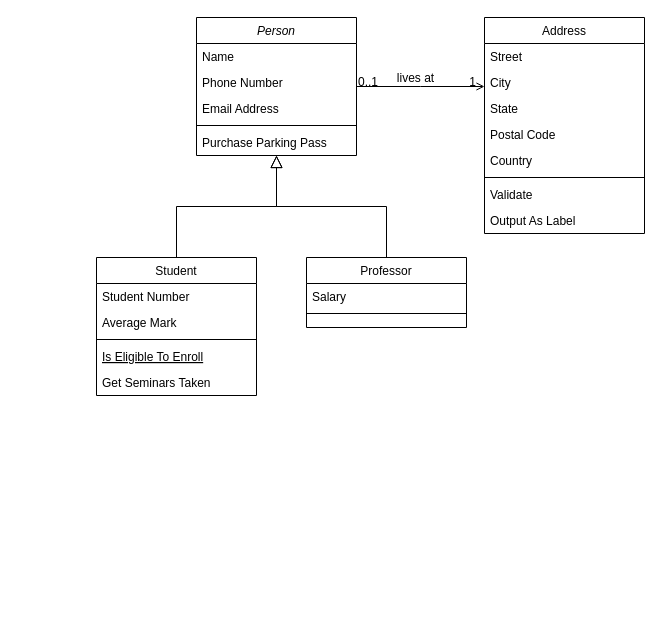
Earlier version of the draw.io diagram system_rezervation/Diagramă fără titlu.drawio (mg-voisa/java-basic). Source tidied: cells renumbered, new cells numbered last; positions are measured from the earlier drawing's top-left corner, leaving out a move shared by most shapes. Both pictures are drawn from the tidied source at 100%, with x=0, y=0 at pixel (96, 17).
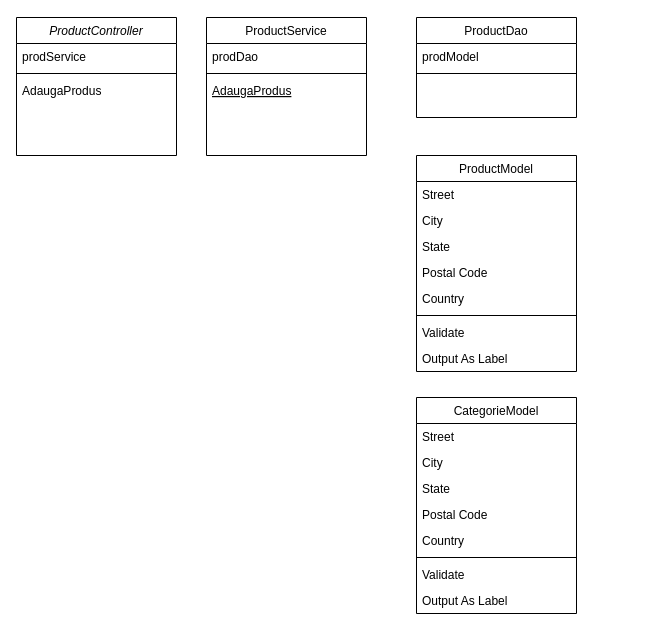
After the change.

Change to the diagram source:
```diff
@@
-    <mxCell id="2" value="Person" style="swimlane;fontStyle=2;align=center;verticalAlign=top;horizontal=1;startSize=26;rounded=0;shadow=0;strokeWidth=1;" parent="1" vertex="1">
-      <mxGeometry x="100" width="160" height="138" as="geometry" />
+    <mxCell id="2" value="ProductController" style="swimlane;fontStyle=2;align=center;verticalAlign=top;horizontal=1;startSize=26;rounded=0;shadow=0;strokeWidth=1;" parent="1" vertex="1">
+      <mxGeometry x="-80" width="160" height="138" as="geometry" />
     </mxCell>
-    <mxCell id="3" value="Name" style="text;align=left;verticalAlign=top;spacingLeft=4;spacingRight=4;overflow=hidden;" parent="2" vertex="1">
+    <mxCell id="3" value="prodService" style="text;align=left;verticalAlign=top;spacingLeft=4;spacingRight=4;overflow=hidden;" parent="2" vertex="1">
       <mxGeometry y="26" width="160" height="26" as="geometry" />
     </mxCell>
-    <mxCell id="4" value="Phone Number" style="text;align=left;verticalAlign=top;spacingLeft=4;spacingRight=4;overflow=hidden;rounded=0;shadow=0;html=0;" parent="2" vertex="1">
-      <mxGeometry y="52" width="160" height="26" as="geometry" />
-    </mxCell>
-    <mxCell id="5" value="Email Address" style="text;align=left;verticalAlign=top;spacingLeft=4;spacingRight=4;overflow=hidden;rounded=0;shadow=0;html=0;" parent="2" vertex="1">
-      <mxGeometry y="78" width="160" height="26" as="geometry" />
-    </mxCell>
     <mxCell id="6" style="line;html=1;strokeWidth=1;align=left;verticalAlign=middle;spacingTop=-1;spacingLeft=3;spacingRight=3;labelPosition=right;" parent="2" vertex="1">
-      <mxGeometry y="104" width="160" height="8" as="geometry" />
+      <mxGeometry y="52" width="160" height="8" as="geometry" />
     </mxCell>
-    <mxCell id="7" value="Purchase Parking Pass" style="text;align=left;verticalAlign=top;spacingLeft=4;spacingRight=4;overflow=hidden;" parent="2" vertex="1">
-      <mxGeometry y="112" width="160" height="26" as="geometry" />
+    <mxCell id="7" value="AdaugaProdus" style="text;align=left;verticalAlign=top;spacingLeft=4;spacingRight=4;overflow=hidden;" parent="2" vertex="1">
+      <mxGeometry y="60" width="160" height="26" as="geometry" />
     </mxCell>
-    <mxCell id="8" value="Student" style="swimlane;fontStyle=0;align=center;verticalAlign=top;horizontal=1;startSize=26;rounded=0;shadow=0;strokeWidth=1;" parent="1" vertex="1">
-      <mxGeometry y="240" width="160" height="138" as="geometry" />
+    <mxCell id="8" value="ProductService" style="swimlane;fontStyle=0;align=center;verticalAlign=top;horizontal=1;startSize=26;rounded=0;shadow=0;strokeWidth=1;" parent="1" vertex="1">
+      <mxGeometry x="110" width="160" height="138" as="geometry" />
     </mxCell>
-    <mxCell id="9" value="Student Number" style="text;align=left;verticalAlign=top;spacingLeft=4;spacingRight=4;overflow=hidden;" parent="8" vertex="1">
+    <mxCell id="9" value="prodDao" style="text;align=left;verticalAlign=top;spacingLeft=4;spacingRight=4;overflow=hidden;" parent="8" vertex="1">
       <mxGeometry y="26" width="160" height="26" as="geometry" />
     </mxCell>
-    <mxCell id="10" value="Average Mark" style="text;align=left;verticalAlign=top;spacingLeft=4;spacingRight=4;overflow=hidden;rounded=0;shadow=0;html=0;" parent="8" vertex="1">
-      <mxGeometry y="52" width="160" height="26" as="geometry" />
-    </mxCell>
     <mxCell id="11" style="line;html=1;strokeWidth=1;align=left;verticalAlign=middle;spacingTop=-1;spacingLeft=3;spacingRight=3;labelPosition=right;" parent="8" vertex="1">
-      <mxGeometry y="78" width="160" height="8" as="geometry" />
+      <mxGeometry y="52" width="160" height="8" as="geometry" />
     </mxCell>
-    <mxCell id="12" value="Is Eligible To Enroll" style="text;align=left;verticalAlign=top;spacingLeft=4;spacingRight=4;overflow=hidden;fontStyle=4;" parent="8" vertex="1">
-      <mxGeometry y="86" width="160" height="26" as="geometry" />
+    <mxCell id="12" value="AdaugaProdus" style="text;align=left;verticalAlign=top;spacingLeft=4;spacingRight=4;overflow=hidden;fontStyle=4;" parent="8" vertex="1">
+      <mxGeometry y="60" width="160" height="26" as="geometry" />
     </mxCell>
-    <mxCell id="13" value="Get Seminars Taken" style="text;align=left;verticalAlign=top;spacingLeft=4;spacingRight=4;overflow=hidden;" parent="8" vertex="1">
-      <mxGeometry y="112" width="160" height="26" as="geometry" />
-    </mxCell>
-    <mxCell id="14" style="endArrow=block;endSize=10;endFill=0;shadow=0;strokeWidth=1;rounded=0;edgeStyle=elbowEdgeStyle;elbow=vertical;" parent="1" edge="1" source="8" target="2">
-      <mxGeometry relative="1" as="geometry" />
-    </mxCell>
-    <mxCell id="15" value="Professor" style="swimlane;fontStyle=0;align=center;verticalAlign=top;horizontal=1;startSize=26;rounded=0;shadow=0;strokeWidth=1;" parent="1" vertex="1">
-      <mxGeometry x="210" y="240" width="160" height="70" as="geometry" />
+    <mxCell id="15" value="ProductDao" style="swimlane;fontStyle=0;align=center;verticalAlign=top;horizontal=1;startSize=26;rounded=0;shadow=0;strokeWidth=1;" parent="1" vertex="1">
+      <mxGeometry x="320" width="160" height="100" as="geometry" />
     </mxCell>
-    <mxCell id="16" value="Salary" style="text;align=left;verticalAlign=top;spacingLeft=4;spacingRight=4;overflow=hidden;" parent="15" vertex="1">
+    <mxCell id="16" value="prodModel" style="text;align=left;verticalAlign=top;spacingLeft=4;spacingRight=4;overflow=hidden;" parent="15" vertex="1">
       <mxGeometry y="26" width="160" height="26" as="geometry" />
     </mxCell>
@@
-    <mxCell id="18" style="endArrow=block;endSize=10;endFill=0;shadow=0;strokeWidth=1;rounded=0;edgeStyle=elbowEdgeStyle;elbow=vertical;" parent="1" edge="1" source="15" target="2">
-      <mxGeometry relative="1" as="geometry" />
-    </mxCell>
-    <mxCell id="19" value="Address" style="swimlane;fontStyle=0;align=center;verticalAlign=top;horizontal=1;startSize=26;rounded=0;shadow=0;strokeWidth=1;" parent="1" vertex="1">
-      <mxGeometry x="388" width="160" height="216" as="geometry" />
+    <mxCell id="19" value="ProductModel" style="swimlane;fontStyle=0;align=center;verticalAlign=top;horizontal=1;startSize=26;rounded=0;shadow=0;strokeWidth=1;" parent="1" vertex="1">
+      <mxGeometry x="320" y="138" width="160" height="216" as="geometry" />
     </mxCell>
@@
-    <mxCell id="28" style="endArrow=open;shadow=0;strokeWidth=1;rounded=0;endFill=1;edgeStyle=elbowEdgeStyle;elbow=vertical;" parent="1" edge="1" source="2" target="19">
-      <mxGeometry x="0.5" y="41" relative="1" as="geometry">
-        <mxPoint x="-40" y="32" as="offset" />
-      </mxGeometry>
-    </mxCell>
-    <mxCell id="29" value="0..1" style="align=left;verticalAlign=bottom;labelBackgroundColor=none;fontSize=12;" parent="28" vertex="1">
-      <mxGeometry x="-1" relative="1" as="geometry">
-        <mxPoint y="4" as="offset" />
-      </mxGeometry>
-    </mxCell>
-    <mxCell id="30" value="1" style="align=right;verticalAlign=bottom;labelBackgroundColor=none;fontSize=12;" parent="28" vertex="1">
-      <mxGeometry x="1" relative="1" as="geometry">
-        <mxPoint x="-7" y="4" as="offset" />
-      </mxGeometry>
-    </mxCell>
-    <mxCell id="31" value="lives at" style="text;html=1;align=center;verticalAlign=middle;labelBackgroundColor=none;rounded=0;shadow=0;strokeWidth=1;fontSize=12;" parent="28" vertex="1">
-      <mxGeometry x="0.5" y="49" relative="1" as="geometry">
-        <mxPoint x="-38" y="40" as="offset" />
-      </mxGeometry>
-    </mxCell>
+    <mxCell id="32" value="CategorieModel" style="swimlane;fontStyle=0;align=center;verticalAlign=top;horizontal=1;startSize=26;rounded=0;shadow=0;strokeWidth=1;" parent="1" vertex="1">
+      <mxGeometry x="320" y="380" width="160" height="216" as="geometry" />
+    </mxCell>
+    <mxCell id="33" value="Street" style="text;align=left;verticalAlign=top;spacingLeft=4;spacingRight=4;overflow=hidden;" parent="32" vertex="1">
+      <mxGeometry y="26" width="160" height="26" as="geometry" />
+    </mxCell>
+    <mxCell id="34" value="City" style="text;align=left;verticalAlign=top;spacingLeft=4;spacingRight=4;overflow=hidden;rounded=0;shadow=0;html=0;" parent="32" vertex="1">
+      <mxGeometry y="52" width="160" height="26" as="geometry" />
+    </mxCell>
+    <mxCell id="35" value="State" style="text;align=left;verticalAlign=top;spacingLeft=4;spacingRight=4;overflow=hidden;rounded=0;shadow=0;html=0;" parent="32" vertex="1">
+      <mxGeometry y="78" width="160" height="26" as="geometry" />
+    </mxCell>
+    <mxCell id="36" value="Postal Code" style="text;align=left;verticalAlign=top;spacingLeft=4;spacingRight=4;overflow=hidden;rounded=0;shadow=0;html=0;" parent="32" vertex="1">
+      <mxGeometry y="104" width="160" height="26" as="geometry" />
+    </mxCell>
+    <mxCell id="37" value="Country" style="text;align=left;verticalAlign=top;spacingLeft=4;spacingRight=4;overflow=hidden;rounded=0;shadow=0;html=0;" parent="32" vertex="1">
+      <mxGeometry y="130" width="160" height="26" as="geometry" />
+    </mxCell>
+    <mxCell id="38" style="line;html=1;strokeWidth=1;align=left;verticalAlign=middle;spacingTop=-1;spacingLeft=3;spacingRight=3;labelPosition=right;" parent="32" vertex="1">
+      <mxGeometry y="156" width="160" height="8" as="geometry" />
+    </mxCell>
+    <mxCell id="39" value="Validate" style="text;align=left;verticalAlign=top;spacingLeft=4;spacingRight=4;overflow=hidden;" parent="32" vertex="1">
+      <mxGeometry y="164" width="160" height="26" as="geometry" />
+    </mxCell>
+    <mxCell id="40" value="Output As Label" style="text;align=left;verticalAlign=top;spacingLeft=4;spacingRight=4;overflow=hidden;" parent="32" vertex="1">
+      <mxGeometry y="190" width="160" height="26" as="geometry" />
+    </mxCell>
```
